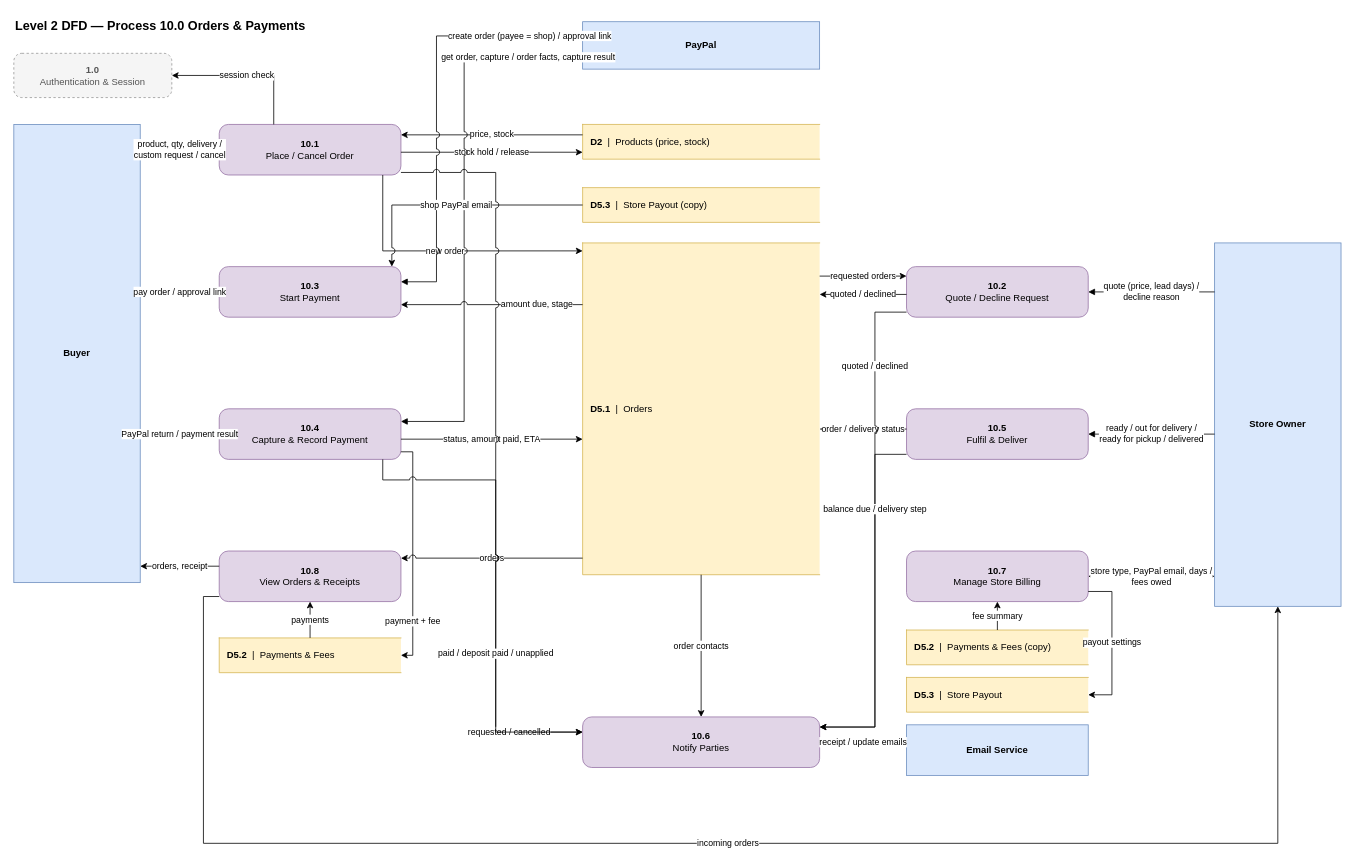
Kenji0000X/FurnishAR.v1 keeps this draw.io diagram as page "Level 2 — 10.0 Orders & Payments" (7 of 15) of docs/FURNISHAR-DFD-V2.drawio. Above is the earlier version. Source tidied: cells renumbered, new cells numbered last; positions are measured from the earlier drawing's top-left corner, leaving out a move shared by most shapes. Both pictures are drawn from the tidied source at 79%, with x=0, y=0 at pixel (13, 13).
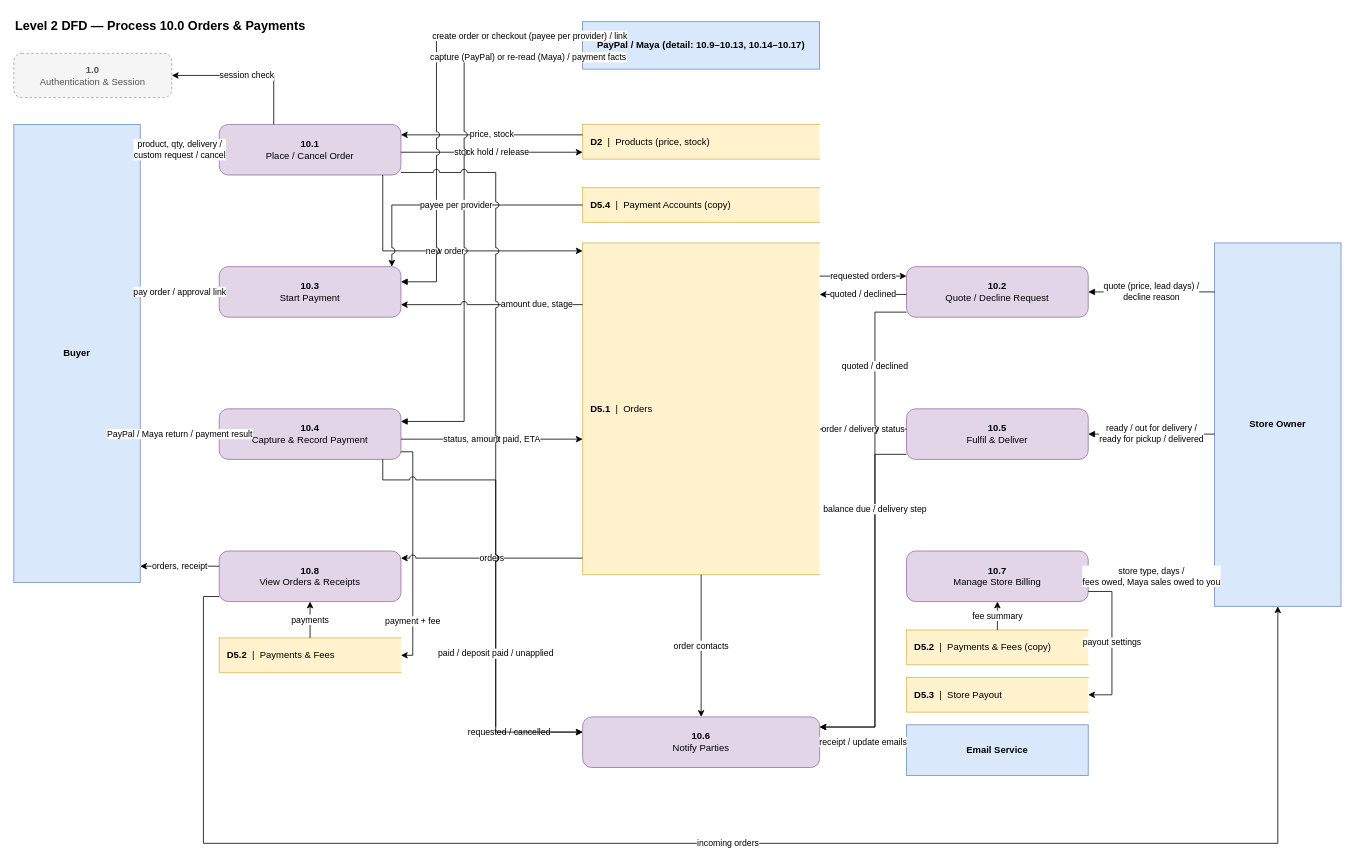
The same page after the edit.

The change refers to these unchanged cells:
```xml
<mxCell id="3" value="Buyer" style="rounded=0;whiteSpace=wrap;html=1;fillColor=#dae8fc;strokeColor=#6c8ebf;fontStyle=1;" parent="1" vertex="1">
  <mxGeometry y="140" width="160" height="580" as="geometry" />
</mxCell>
<mxCell id="4" value="Store Owner" style="rounded=0;whiteSpace=wrap;html=1;fillColor=#dae8fc;strokeColor=#6c8ebf;fontStyle=1;" parent="1" vertex="1">
  <mxGeometry x="1520" y="290" width="160" height="460" as="geometry" />
</mxCell>
<mxCell id="9" value="&lt;b&gt;10.3&lt;/b&gt;&lt;br&gt;Start Payment" style="rounded=1;whiteSpace=wrap;html=1;fillColor=#e1d5e7;strokeColor=#9673a6;arcSize=18;" parent="1" vertex="1">
  <mxGeometry x="260" y="320" width="230" height="64" as="geometry" />
</mxCell>
<mxCell id="10" value="&lt;b&gt;10.4&lt;/b&gt;&lt;br&gt;Capture &amp;amp; Record Payment" style="rounded=1;whiteSpace=wrap;html=1;fillColor=#e1d5e7;strokeColor=#9673a6;arcSize=18;" parent="1" vertex="1">
  <mxGeometry x="260" y="500" width="230" height="64" as="geometry" />
</mxCell>
<mxCell id="14" value="&lt;b&gt;10.7&lt;/b&gt;&lt;br&gt;Manage Store Billing" style="rounded=1;whiteSpace=wrap;html=1;fillColor=#e1d5e7;strokeColor=#9673a6;arcSize=18;" parent="1" vertex="1">
  <mxGeometry x="1130" y="680" width="230" height="64" as="geometry" />
</mxCell>
```

Diff of the diagram source:
```diff
@@
-    <mxCell id="5" value="PayPal" style="rounded=0;whiteSpace=wrap;html=1;fillColor=#dae8fc;strokeColor=#6c8ebf;fontStyle=1;" parent="1" vertex="1">
+    <mxCell id="5" value="PayPal / Maya (detail: 10.9–10.13, 10.14–10.17)" style="rounded=0;whiteSpace=wrap;html=1;fillColor=#dae8fc;strokeColor=#6c8ebf;fontStyle=1;" parent="1" vertex="1">
       <mxGeometry x="720" y="10" width="300" height="60" as="geometry" />
     </mxCell>
@@
-    <mxCell id="17" value="&lt;b&gt;D5.3&lt;/b&gt;&amp;nbsp;&amp;nbsp;|&amp;nbsp;&amp;nbsp;Store Payout (copy)" style="shape=partialRectangle;whiteSpace=wrap;html=1;right=0;fillColor=#fff2cc;strokeColor=#d6b656;align=left;spacingLeft=8;" parent="1" vertex="1">
+    <mxCell id="17" value="&lt;b&gt;D5.4&lt;/b&gt;&amp;nbsp;&amp;nbsp;|&amp;nbsp;&amp;nbsp;Payment Accounts (copy)" style="shape=partialRectangle;whiteSpace=wrap;html=1;right=0;fillColor=#fff2cc;strokeColor=#d6b656;align=left;spacingLeft=8;" parent="1" vertex="1">
       <mxGeometry x="720" y="220" width="300" height="44" as="geometry" />
     </mxCell>
@@
-    <mxCell id="24" value="PayPal return / payment result" style="rounded=0;html=1;fontSize=11;labelBackgroundColor=#ffffff;endArrow=block;endFill=1;startArrow=block;startFill=1;exitX=1;exitY=0.6759;exitDx=0;exitDy=0;entryX=0;entryY=0.5003;entryDx=0;entryDy=0;" parent="1" edge="1" source="3" target="10">
+    <mxCell id="24" value="PayPal / Maya return / payment result" style="rounded=0;html=1;fontSize=11;labelBackgroundColor=#ffffff;endArrow=block;endFill=1;startArrow=block;startFill=1;exitX=1;exitY=0.6759;exitDx=0;exitDy=0;entryX=0;entryY=0.5003;entryDx=0;entryDy=0;" parent="1" edge="1" source="3" target="10">
       <mxGeometry relative="1" as="geometry" />
     </mxCell>
@@
-    <mxCell id="28" value="store type, PayPal email, days /&lt;br&gt;fees owed" style="rounded=0;html=1;fontSize=11;labelBackgroundColor=#ffffff;endArrow=block;endFill=1;startArrow=block;startFill=1;exitX=0;exitY=0.9174;exitDx=0;exitDy=0;entryX=1;entryY=0.5001;entryDx=0;entryDy=0;" parent="1" edge="1" source="4" target="14">
+    <mxCell id="28" value="store type, days /&lt;br&gt;fees owed, Maya sales owed to you" style="rounded=0;html=1;fontSize=11;labelBackgroundColor=#ffffff;endArrow=block;endFill=1;startArrow=block;startFill=1;exitX=0;exitY=0.9174;exitDx=0;exitDy=0;entryX=1;entryY=0.5001;entryDx=0;entryDy=0;" parent="1" edge="1" source="4" target="14">
       <mxGeometry relative="1" as="geometry" />
     </mxCell>
@@
-    <mxCell id="34" value="create order (payee = shop) / approval link" style="edgeStyle=orthogonalEdgeStyle;rounded=0;jettySize=auto;html=1;fontSize=11;labelBackgroundColor=#ffffff;jumpStyle=arc;jumpSize=8;startArrow=block;startFill=1;exitX=1;exitY=0.3;exitDx=0;exitDy=0;entryX=0;entryY=0.3;entryDx=0;entryDy=0;" parent="1" edge="1" source="9" target="5">
+    <mxCell id="34" value="create order or checkout (payee per provider) / link" style="edgeStyle=orthogonalEdgeStyle;rounded=0;jettySize=auto;html=1;fontSize=11;labelBackgroundColor=#ffffff;jumpStyle=arc;jumpSize=8;startArrow=block;startFill=1;exitX=1;exitY=0.3;exitDx=0;exitDy=0;entryX=0;entryY=0.3;entryDx=0;entryDy=0;" parent="1" edge="1" source="9" target="5">
       <mxGeometry x="0.75" relative="1" as="geometry">
         <Array as="points">
           <mxPoint x="535" y="339.2" />
           <mxPoint x="535" y="28" />
         </Array>
       </mxGeometry>
     </mxCell>
-    <mxCell id="35" value="get order, capture / order facts, capture result" style="edgeStyle=orthogonalEdgeStyle;rounded=0;jettySize=auto;html=1;fontSize=11;labelBackgroundColor=#ffffff;jumpStyle=arc;jumpSize=8;startArrow=block;startFill=1;exitX=1;exitY=0.25;exitDx=0;exitDy=0;entryX=0;entryY=0.75;entryDx=0;entryDy=0;" parent="1" edge="1" source="10" target="5">
+    <mxCell id="35" value="capture (PayPal) or re-read (Maya) / payment facts" style="edgeStyle=orthogonalEdgeStyle;rounded=0;jettySize=auto;html=1;fontSize=11;labelBackgroundColor=#ffffff;jumpStyle=arc;jumpSize=8;startArrow=block;startFill=1;exitX=1;exitY=0.25;exitDx=0;exitDy=0;entryX=0;entryY=0.75;entryDx=0;entryDy=0;" parent="1" edge="1" source="10" target="5">
       <mxGeometry x="0.8" relative="1" as="geometry">
         <Array as="points">
           <mxPoint x="570" y="516" />
           <mxPoint x="570" y="55" />
         </Array>
       </mxGeometry>
     </mxCell>
-    <mxCell id="36" value="shop PayPal email" style="edgeStyle=orthogonalEdgeStyle;rounded=0;jettySize=auto;html=1;fontSize=11;labelBackgroundColor=#ffffff;jumpStyle=arc;jumpSize=8;exitX=0;exitY=0.5;exitDx=0;exitDy=0;entryX=0.95;entryY=0;entryDx=0;entryDy=0;" parent="1" edge="1" source="17" target="9">
+    <mxCell id="36" value="payee per provider" style="edgeStyle=orthogonalEdgeStyle;rounded=0;jettySize=auto;html=1;fontSize=11;labelBackgroundColor=#ffffff;jumpStyle=arc;jumpSize=8;exitX=0;exitY=0.5;exitDx=0;exitDy=0;entryX=0.95;entryY=0;entryDx=0;entryDy=0;" parent="1" edge="1" source="17" target="9">
       <mxGeometry relative="1" as="geometry">
         <Array as="points">
           <mxPoint x="478.5" y="242" />
         </Array>
       </mxGeometry>
     </mxCell>
```
